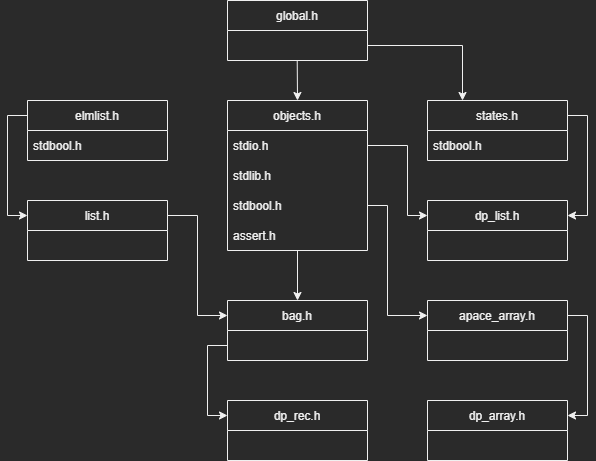
This is image/Projet_ProgAv_Gestion_des_.h.drawio.png from Brice5423/L2_Projet_ProgAv-S3, a draw.io export, as it was before one commit. Source tidied: cells renumbered, new cells last; positions are measured from the earlier drawing's top-left corner, leaving out a move shared by most shapes.
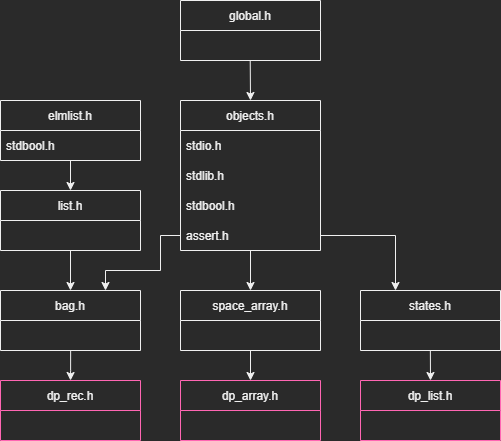
The same diagram one commit later.

What changed in the source:
```diff
@@ -3,13 +3,19 @@
     <mxCell id="0" />
     <mxCell id="1" parent="0" />
     <mxCell id="2" value="bag.h" style="swimlane;fontStyle=0;horizontal=1;startSize=30;strokeColor=#F0F0F0;" parent="1" vertex="1">
-      <mxGeometry x="200" y="300" width="140" height="60" as="geometry" />
+      <mxGeometry x="20" y="290" width="140" height="60" as="geometry" />
     </mxCell>
     <mxCell id="3" value="       " style="text;strokeColor=none;fillColor=none;align=left;verticalAlign=middle;spacingLeft=4;spacingRight=4;overflow=hidden;points=[[0,0.5],[1,0.5]];portConstraint=eastwest;" parent="2" vertex="1">
       <mxGeometry y="30" width="140" height="30" as="geometry" />
     </mxCell>
-    <mxCell id="4" style="edgeStyle=orthogonalEdgeStyle;rounded=0;jettySize=auto;html=1;entryX=0.5;entryY=0;entryDx=0;entryDy=0;strokeColor=#F0F0F0;exitX=0.5;exitY=1.006;exitDx=0;exitDy=0;exitPerimeter=0;" parent="1" edge="1" source="9" target="2">
-      <mxGeometry relative="1" as="geometry" />
+    <mxCell id="4" style="edgeStyle=orthogonalEdgeStyle;rounded=0;jettySize=auto;html=1;entryX=0.75;entryY=0;entryDx=0;entryDy=0;strokeColor=#F0F0F0;exitX=0;exitY=0.5;exitDx=0;exitDy=0;" parent="1" edge="1" source="9" target="2">
+      <mxGeometry relative="1" as="geometry">
+        <Array as="points">
+          <mxPoint x="180" y="235" />
+          <mxPoint x="180" y="270" />
+          <mxPoint x="125" y="270" />
+        </Array>
+      </mxGeometry>
     </mxCell>
     <mxCell id="5" value="objects.h" style="swimlane;fontStyle=0;horizontal=1;startSize=30;" parent="1" vertex="1">
       <mxGeometry x="200" y="100" width="140" height="150" as="geometry" />
@@ -26,20 +32,20 @@
     <mxCell id="9" value="assert.h" style="text;strokeColor=none;fillColor=none;align=left;verticalAlign=middle;spacingLeft=4;spacingRight=4;overflow=hidden;points=[[0,0.5],[1,0.5]];portConstraint=eastwest;" parent="5" vertex="1">
       <mxGeometry y="120" width="140" height="30" as="geometry" />
     </mxCell>
-    <mxCell id="10" style="edgeStyle=orthogonalEdgeStyle;rounded=0;jettySize=auto;html=1;exitX=1;exitY=0.25;exitDx=0;exitDy=0;entryX=0;entryY=0.25;entryDx=0;entryDy=0;strokeColor=#F0F0F0;" parent="1" edge="1" source="11" target="2">
+    <mxCell id="10" style="edgeStyle=orthogonalEdgeStyle;rounded=0;jettySize=auto;html=1;exitX=0.5;exitY=1;exitDx=0;exitDy=0;entryX=0.5;entryY=0;entryDx=0;entryDy=0;strokeColor=#F0F0F0;exitPerimeter=0;" parent="1" edge="1" source="12" target="2">
       <mxGeometry relative="1" as="geometry" />
     </mxCell>
     <mxCell id="11" value="list.h" style="swimlane;fontStyle=0;horizontal=1;startSize=30;strokeColor=#F0F0F0;" parent="1" vertex="1">
-      <mxGeometry y="200" width="140" height="60" as="geometry" />
+      <mxGeometry x="20" y="190" width="140" height="60" as="geometry" />
     </mxCell>
     <mxCell id="12" value="      " style="text;strokeColor=none;fillColor=none;align=left;verticalAlign=middle;spacingLeft=4;spacingRight=4;overflow=hidden;points=[[0,0.5],[1,0.5]];portConstraint=eastwest;" parent="11" vertex="1">
       <mxGeometry y="30" width="140" height="30" as="geometry" />
     </mxCell>
-    <mxCell id="13" style="edgeStyle=orthogonalEdgeStyle;rounded=0;jettySize=auto;html=1;exitX=0;exitY=0.25;exitDx=0;exitDy=0;entryX=0;entryY=0.25;entryDx=0;entryDy=0;strokeColor=#F0F0F0;" parent="1" edge="1" source="14" target="11">
+    <mxCell id="13" style="edgeStyle=orthogonalEdgeStyle;rounded=0;jettySize=auto;html=1;entryX=0.5;entryY=0;entryDx=0;entryDy=0;strokeColor=#F0F0F0;exitX=0.5;exitY=1;exitDx=0;exitDy=0;exitPerimeter=0;" parent="1" edge="1" source="15" target="11">
       <mxGeometry relative="1" as="geometry" />
     </mxCell>
     <mxCell id="14" value="elmlist.h" style="swimlane;fontStyle=0;horizontal=1;startSize=30;strokeColor=#F0F0F0;fillColor=#2A2A2A;" parent="1" vertex="1">
-      <mxGeometry y="100" width="140" height="60" as="geometry" />
+      <mxGeometry x="20" y="100" width="140" height="60" as="geometry" />
     </mxCell>
     <mxCell id="15" value="stdbool.h" style="text;strokeColor=none;fillColor=none;align=left;verticalAlign=middle;spacingLeft=4;spacingRight=4;overflow=hidden;points=[[0,0.5],[1,0.5]];portConstraint=eastwest;" parent="14" vertex="1">
       <mxGeometry y="30" width="140" height="30" as="geometry" />
@@ -50,36 +56,35 @@
     <mxCell id="17" value="   " style="text;strokeColor=none;fillColor=none;align=left;verticalAlign=middle;spacingLeft=4;spacingRight=4;overflow=hidden;points=[[0,0.5],[1,0.5]];portConstraint=eastwest;" parent="16" vertex="1">
       <mxGeometry y="30" width="140" height="30" as="geometry" />
     </mxCell>
-    <mxCell id="18" value="dp_rec.h" style="swimlane;fontStyle=0;horizontal=1;startSize=30;strokeColor=#F0F0F0;fillColor=#2A2A2A;" parent="1" vertex="1">
-      <mxGeometry x="200" y="400" width="140" height="60" as="geometry" />
+    <mxCell id="18" value="dp_rec.h" style="swimlane;fontStyle=0;horizontal=1;startSize=30;strokeColor=#FF66B3;fillColor=#2A2A2A;" parent="1" vertex="1">
+      <mxGeometry x="20" y="380" width="140" height="60" as="geometry" />
     </mxCell>
     <mxCell id="19" value="     " style="text;strokeColor=none;fillColor=none;align=left;verticalAlign=middle;spacingLeft=4;spacingRight=4;overflow=hidden;" parent="18" vertex="1">
       <mxGeometry y="30" width="140" height="30" as="geometry" />
     </mxCell>
-    <mxCell id="20" style="edgeStyle=orthogonalEdgeStyle;rounded=0;jettySize=auto;html=1;entryX=0;entryY=0.25;entryDx=0;entryDy=0;exitX=0;exitY=0.5;exitDx=0;exitDy=0;strokeColor=#F0F0F0;" parent="1" edge="1" source="3" target="18">
+    <mxCell id="20" style="edgeStyle=orthogonalEdgeStyle;rounded=0;jettySize=auto;html=1;entryX=0.5;entryY=0;entryDx=0;entryDy=0;strokeColor=#F0F0F0;exitX=0.501;exitY=1.004;exitDx=0;exitDy=0;exitPerimeter=0;" parent="1" edge="1" source="3" target="18">
       <mxGeometry relative="1" as="geometry">
         <Array as="points">
-          <mxPoint x="180" y="345" />
-          <mxPoint x="180" y="415" />
+          <mxPoint x="90" y="370" />
         </Array>
       </mxGeometry>
     </mxCell>
-    <mxCell id="21" value="dp_list.h" style="swimlane;fontStyle=0;horizontal=1;startSize=30;strokeColor=#F0F0F0;fillColor=#2A2A2A;" parent="1" vertex="1">
-      <mxGeometry x="400" y="200" width="140" height="60" as="geometry" />
+    <mxCell id="21" value="dp_list.h" style="swimlane;fontStyle=0;horizontal=1;startSize=30;strokeColor=#FF66B3;fillColor=#2A2A2A;" parent="1" vertex="1">
+      <mxGeometry x="380" y="380" width="140" height="60" as="geometry" />
     </mxCell>
     <mxCell id="22" value="    " style="text;strokeColor=none;fillColor=none;align=left;verticalAlign=middle;spacingLeft=4;spacingRight=4;overflow=hidden;" parent="21" vertex="1">
       <mxGeometry y="30" width="140" height="30" as="geometry" />
     </mxCell>
     <mxCell id="23" value="states.h" style="swimlane;fontStyle=0;horizontal=1;startSize=30;strokeColor=#F0F0F0;fillColor=#2A2A2A;" parent="1" vertex="1">
-      <mxGeometry x="400" y="100" width="140" height="60" as="geometry" />
+      <mxGeometry x="380" y="290" width="140" height="60" as="geometry" />
     </mxCell>
-    <mxCell id="24" value="stdbool.h" style="text;strokeColor=none;fillColor=none;align=left;verticalAlign=middle;spacingLeft=4;spacingRight=4;overflow=hidden;points=[[0,0.5],[1,0.5]];portConstraint=eastwest;" parent="23" vertex="1">
+    <mxCell id="24" value="     " style="text;strokeColor=none;fillColor=none;align=left;verticalAlign=middle;spacingLeft=4;spacingRight=4;overflow=hidden;points=[[0,0.5],[1,0.5]];portConstraint=eastwest;" parent="23" vertex="1">
       <mxGeometry y="30" width="140" height="30" as="geometry" />
     </mxCell>
-    <mxCell id="25" style="edgeStyle=orthogonalEdgeStyle;rounded=0;jettySize=auto;html=1;exitX=1;exitY=0.25;exitDx=0;exitDy=0;entryX=1;entryY=0.25;entryDx=0;entryDy=0;strokeColor=#F0F0F0;" parent="1" edge="1" source="23" target="21">
+    <mxCell id="25" style="edgeStyle=orthogonalEdgeStyle;rounded=0;jettySize=auto;html=1;entryX=0.5;entryY=0;entryDx=0;entryDy=0;strokeColor=#F0F0F0;exitX=0.499;exitY=1;exitDx=0;exitDy=0;exitPerimeter=0;" parent="1" edge="1" source="24" target="21">
       <mxGeometry relative="1" as="geometry" />
     </mxCell>
-    <mxCell id="26" style="edgeStyle=orthogonalEdgeStyle;rounded=0;jettySize=auto;html=1;exitX=1;exitY=0.5;exitDx=0;exitDy=0;entryX=0.25;entryY=0;entryDx=0;entryDy=0;strokeColor=#F0F0F0;" parent="1" edge="1" source="17" target="23">
+    <mxCell id="26" style="edgeStyle=orthogonalEdgeStyle;rounded=0;jettySize=auto;html=1;exitX=1;exitY=0.5;exitDx=0;exitDy=0;entryX=0.25;entryY=0;entryDx=0;entryDy=0;strokeColor=#F0F0F0;" parent="1" edge="1" source="9" target="23">
       <mxGeometry relative="1" as="geometry" />
     </mxCell>
     <mxCell id="27" style="edgeStyle=orthogonalEdgeStyle;rounded=0;jettySize=auto;html=1;entryX=0.5;entryY=0;entryDx=0;entryDy=0;strokeColor=#F0F0F0;exitX=0.498;exitY=0.99;exitDx=0;exitDy=0;exitPerimeter=0;" parent="1" edge="1" source="17" target="5">
@@ -89,35 +94,22 @@
         </Array>
       </mxGeometry>
     </mxCell>
-    <mxCell id="28" value="apace_array.h" style="swimlane;fontStyle=0;horizontal=1;startSize=30;strokeColor=#F0F0F0;fillColor=#2A2A2A;" parent="1" vertex="1">
-      <mxGeometry x="400" y="300" width="140" height="60" as="geometry" />
+    <mxCell id="28" value="space_array.h" style="swimlane;fontStyle=0;horizontal=1;startSize=30;strokeColor=#F0F0F0;fillColor=#2A2A2A;" parent="1" vertex="1">
+      <mxGeometry x="200" y="290" width="140" height="60" as="geometry" />
     </mxCell>
     <mxCell id="29" value="        " style="text;strokeColor=none;fillColor=none;align=left;verticalAlign=middle;spacingLeft=4;spacingRight=4;overflow=hidden;" parent="28" vertex="1">
       <mxGeometry y="30" width="140" height="30" as="geometry" />
     </mxCell>
-    <mxCell id="30" style="edgeStyle=orthogonalEdgeStyle;rounded=0;jettySize=auto;html=1;entryX=0;entryY=0.25;entryDx=0;entryDy=0;strokeColor=#F0F0F0;exitX=1;exitY=0.5;exitDx=0;exitDy=0;" parent="1" edge="1" source="6" target="21">
-      <mxGeometry relative="1" as="geometry">
-        <Array as="points">
-          <mxPoint x="380" y="145" />
-          <mxPoint x="380" y="215" />
-        </Array>
-      </mxGeometry>
-    </mxCell>
-    <mxCell id="31" style="edgeStyle=orthogonalEdgeStyle;rounded=0;jettySize=auto;html=1;exitX=1;exitY=0.5;exitDx=0;exitDy=0;entryX=0;entryY=0.25;entryDx=0;entryDy=0;strokeColor=#F0F0F0;" parent="1" edge="1" source="8" target="28">
-      <mxGeometry relative="1" as="geometry">
-        <Array as="points">
-          <mxPoint x="360" y="205" />
-          <mxPoint x="360" y="315" />
-        </Array>
-      </mxGeometry>
+    <mxCell id="31" style="edgeStyle=orthogonalEdgeStyle;rounded=0;jettySize=auto;html=1;entryX=0.5;entryY=0;entryDx=0;entryDy=0;strokeColor=#F0F0F0;exitX=0.5;exitY=0.997;exitDx=0;exitDy=0;exitPerimeter=0;" parent="1" edge="1" source="9" target="28">
+      <mxGeometry relative="1" as="geometry" />
     </mxCell>
-    <mxCell id="32" value="dp_array.h" style="swimlane;fontStyle=0;horizontal=1;startSize=30;strokeColor=#F0F0F0;fillColor=#2A2A2A;" parent="1" vertex="1">
-      <mxGeometry x="400" y="400" width="140" height="60" as="geometry" />
+    <mxCell id="32" value="dp_array.h" style="swimlane;fontStyle=0;horizontal=1;startSize=30;strokeColor=#FF66B3;fillColor=#2A2A2A;" parent="1" vertex="1">
+      <mxGeometry x="200" y="380" width="140" height="60" as="geometry" />
     </mxCell>
     <mxCell id="33" value="     " style="text;strokeColor=none;fillColor=none;align=left;verticalAlign=middle;spacingLeft=4;spacingRight=4;overflow=hidden;" parent="32" vertex="1">
       <mxGeometry y="30" width="140" height="30" as="geometry" />
     </mxCell>
-    <mxCell id="34" style="edgeStyle=orthogonalEdgeStyle;rounded=0;jettySize=auto;html=1;exitX=1;exitY=0.25;exitDx=0;exitDy=0;entryX=1;entryY=0.25;entryDx=0;entryDy=0;strokeColor=#F0F0F0;" parent="1" edge="1" source="28" target="32">
+    <mxCell id="34" style="edgeStyle=orthogonalEdgeStyle;rounded=0;jettySize=auto;html=1;entryX=0.5;entryY=0;entryDx=0;entryDy=0;strokeColor=#F0F0F0;exitX=0.5;exitY=1;exitDx=0;exitDy=0;" parent="1" edge="1" source="28" target="32">
       <mxGeometry relative="1" as="geometry" />
     </mxCell>
   </root>
```
